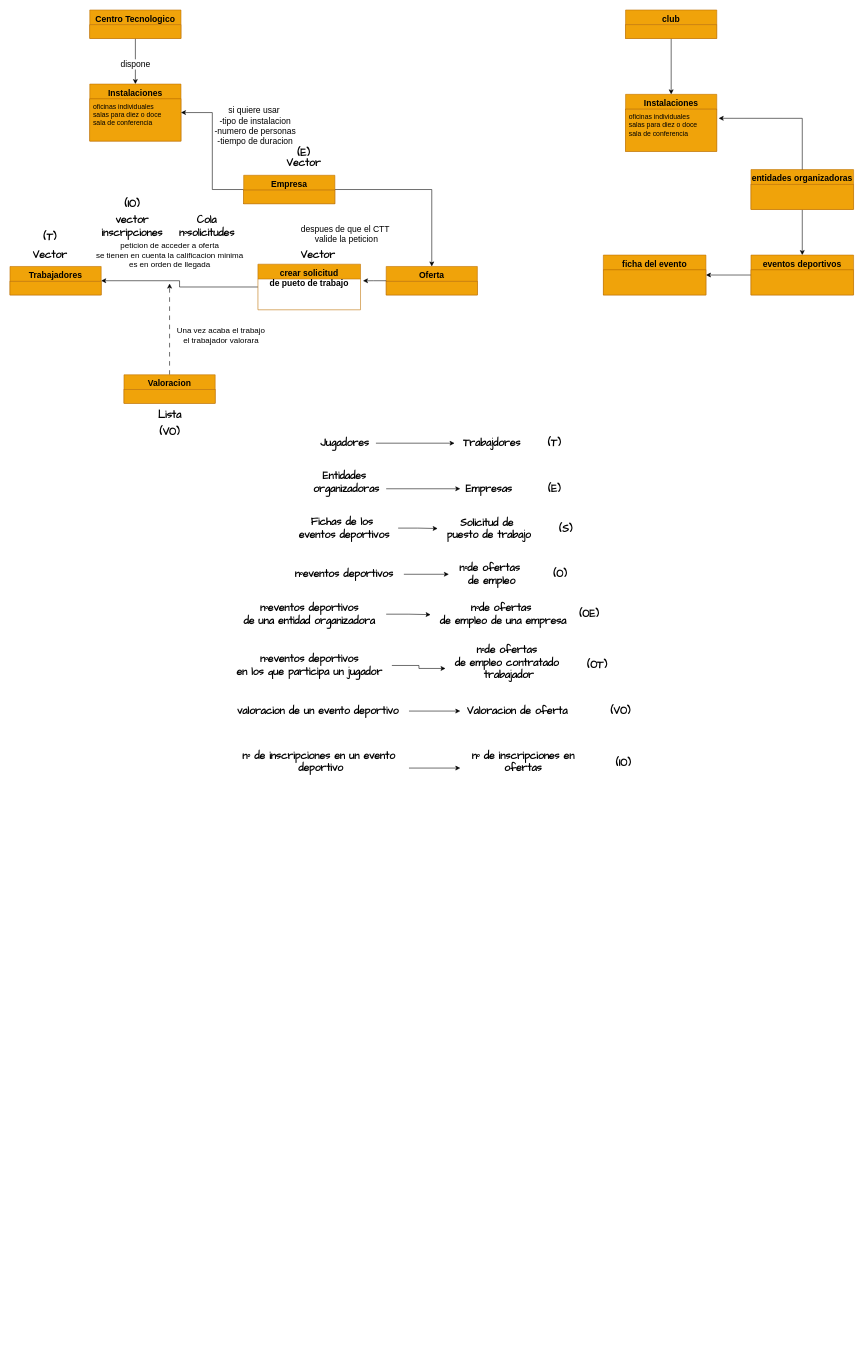
ryloq1/DBD keeps this draw.io diagram as EstructuraDatos.drawio. Above is the earlier version. Source tidied: cells renumbered, new cells numbered last; positions are measured from the earlier drawing's top-left corner, leaving out a move shared by most shapes. Both pictures are drawn from the tidied source at 57%, with x=0, y=0 at pixel (10, 10).
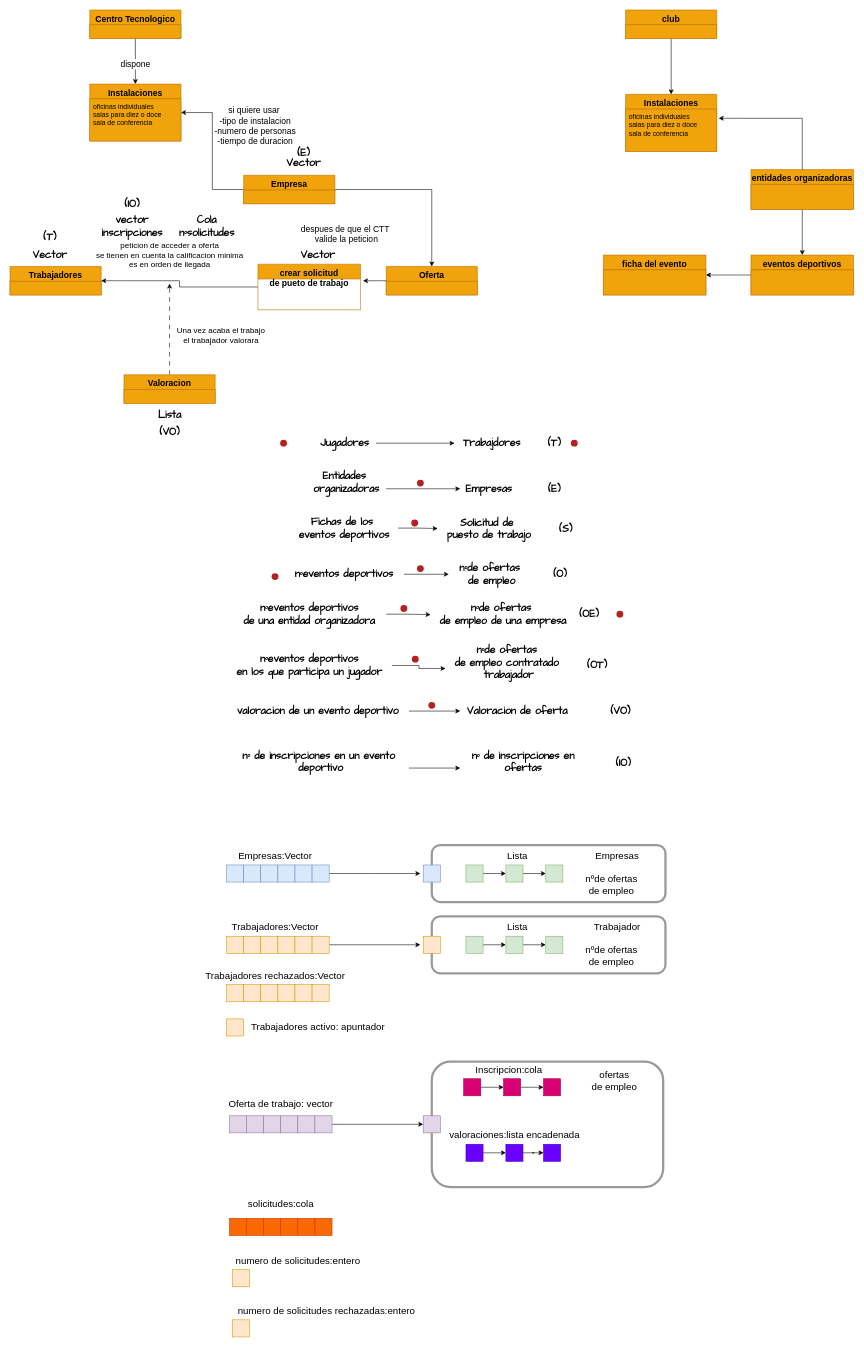
The same page after the edit.

What changed in the source:
```diff
@@
+    <mxCell id="82" style="shape=waypoint;sketch=0;size=6;fillColor=none;perimeter=centerPerimeter;fontSize=14;fontColor=#FFC43B;strokeWidth=4;strokeColor=#b52121;" parent="1" vertex="1">
+      <mxGeometry x="980" y="750" width="20" height="20" as="geometry" />
+    </mxCell>
+    <mxCell id="83" style="shape=waypoint;sketch=0;size=6;fillColor=none;perimeter=centerPerimeter;fontSize=14;fontColor=#FFC43B;strokeWidth=4;strokeColor=#b52121;" parent="1" vertex="1">
+      <mxGeometry x="470" y="750" width="20" height="20" as="geometry" />
+    </mxCell>
+    <mxCell id="84" style="shape=waypoint;sketch=0;size=6;fillColor=none;perimeter=centerPerimeter;fontSize=14;fontColor=#FFC43B;strokeWidth=4;strokeColor=#b52121;" parent="1" vertex="1">
+      <mxGeometry x="455" y="984" width="20" height="20" as="geometry" />
+    </mxCell>
+    <mxCell id="85" style="shape=waypoint;sketch=0;size=6;fillColor=none;perimeter=centerPerimeter;fontSize=14;fontColor=#FFC43B;strokeWidth=4;strokeColor=#b52121;" parent="1" vertex="1">
+      <mxGeometry x="1060" y="1050" width="20" height="20" as="geometry" />
+    </mxCell>
+    <mxCell id="86" style="shape=waypoint;sketch=0;size=6;fillColor=none;perimeter=centerPerimeter;fontSize=14;fontColor=#FFC43B;strokeWidth=4;strokeColor=#b52121;" parent="1" vertex="1">
+      <mxGeometry x="710" y="820" width="20" height="20" as="geometry" />
+    </mxCell>
+    <mxCell id="87" style="shape=waypoint;sketch=0;size=6;fillColor=none;perimeter=centerPerimeter;fontSize=14;fontColor=#FFC43B;strokeWidth=4;strokeColor=#b52121;" parent="1" vertex="1">
+      <mxGeometry x="700" y="890" width="20" height="20" as="geometry" />
+    </mxCell>
+    <mxCell id="88" style="shape=waypoint;sketch=0;size=6;fillColor=none;perimeter=centerPerimeter;fontSize=14;fontColor=#FFC43B;strokeWidth=4;strokeColor=#b52121;" parent="1" vertex="1">
+      <mxGeometry x="681" y="1040" width="20" height="20" as="geometry" />
+    </mxCell>
+    <mxCell id="89" style="shape=waypoint;sketch=0;size=6;fillColor=none;perimeter=centerPerimeter;fontSize=14;fontColor=#FFC43B;strokeWidth=4;strokeColor=#b52121;" parent="1" vertex="1">
+      <mxGeometry x="710" y="970" width="20" height="20" as="geometry" />
+    </mxCell>
+    <mxCell id="90" style="shape=waypoint;sketch=0;size=6;fillColor=none;perimeter=centerPerimeter;fontSize=14;fontColor=#FFC43B;strokeWidth=4;strokeColor=#b52121;" parent="1" vertex="1">
+      <mxGeometry x="701" y="1129" width="20" height="20" as="geometry" />
+    </mxCell>
+    <mxCell id="91" style="shape=waypoint;sketch=0;size=6;fillColor=none;perimeter=centerPerimeter;fontSize=14;fontColor=#FFC43B;strokeWidth=4;strokeColor=#b52121;" parent="1" vertex="1">
+      <mxGeometry x="730" y="1210" width="20" height="20" as="geometry" />
+    </mxCell>
+    <mxCell id="92" style="whiteSpace=wrap;html=1;fillColor=#dae8fc;strokeColor=#6c8ebf;" parent="1" vertex="1">
+      <mxGeometry x="380" y="1500" width="30" height="30" as="geometry" />
+    </mxCell>
+    <mxCell id="93" style="whiteSpace=wrap;html=1;fillColor=#dae8fc;strokeColor=#6c8ebf;" parent="1" vertex="1">
+      <mxGeometry x="410" y="1500" width="30" height="30" as="geometry" />
+    </mxCell>
+    <mxCell id="94" style="whiteSpace=wrap;html=1;fillColor=#dae8fc;strokeColor=#6c8ebf;" parent="1" vertex="1">
+      <mxGeometry x="440" y="1500" width="30" height="30" as="geometry" />
+    </mxCell>
+    <mxCell id="95" style="whiteSpace=wrap;html=1;fillColor=#dae8fc;strokeColor=#6c8ebf;" parent="1" vertex="1">
+      <mxGeometry x="470" y="1500" width="30" height="30" as="geometry" />
+    </mxCell>
+    <mxCell id="96" style="whiteSpace=wrap;html=1;fillColor=#dae8fc;strokeColor=#6c8ebf;" parent="1" vertex="1">
+      <mxGeometry x="500" y="1500" width="30" height="30" as="geometry" />
+    </mxCell>
+    <mxCell id="97" style="edgeStyle=orthogonalEdgeStyle;rounded=0;jettySize=auto;html=1;" parent="1" edge="1" source="98">
+      <mxGeometry relative="1" as="geometry">
+        <mxPoint x="720" y="1515" as="targetPoint" />
+      </mxGeometry>
+    </mxCell>
+    <mxCell id="98" style="whiteSpace=wrap;html=1;fillColor=#dae8fc;strokeColor=#6c8ebf;" parent="1" vertex="1">
+      <mxGeometry x="530" y="1500" width="30" height="30" as="geometry" />
+    </mxCell>
+    <mxCell id="99" value="&lt;font style=&quot;font-size: 17px;&quot;&gt;Empresas:Vector&lt;/font&gt;" style="text;html=1;align=center;verticalAlign=middle;strokeColor=none;fillColor=none;" parent="1" vertex="1">
+      <mxGeometry x="390" y="1470" width="150" height="30" as="geometry" />
+    </mxCell>
+    <mxCell id="100" style="whiteSpace=wrap;html=1;perimeterSpacing=1;strokeWidth=4;opacity=40;rounded=1;" parent="1" vertex="1">
+      <mxGeometry x="740" y="1465" width="410" height="100" as="geometry" />
+    </mxCell>
+    <mxCell id="101" style="whiteSpace=wrap;html=1;fillColor=#dae8fc;strokeColor=#6c8ebf;" parent="1" vertex="1">
+      <mxGeometry x="725" y="1500" width="30" height="30" as="geometry" />
+    </mxCell>
+    <mxCell id="102" style="edgeStyle=orthogonalEdgeStyle;rounded=0;jettySize=auto;html=1;entryX=0;entryY=0.5;entryDx=0;entryDy=0;" parent="1" edge="1" source="103" target="105">
+      <mxGeometry relative="1" as="geometry" />
+    </mxCell>
+    <mxCell id="103" style="whiteSpace=wrap;html=1;fillColor=#d5e8d4;strokeColor=#82b366;" parent="1" vertex="1">
+      <mxGeometry x="800" y="1500" width="30" height="30" as="geometry" />
+    </mxCell>
+    <mxCell id="104" style="edgeStyle=orthogonalEdgeStyle;rounded=0;jettySize=auto;html=1;" parent="1" edge="1" source="105" target="106">
+      <mxGeometry relative="1" as="geometry" />
+    </mxCell>
+    <mxCell id="105" style="whiteSpace=wrap;html=1;fillColor=#d5e8d4;strokeColor=#82b366;" parent="1" vertex="1">
+      <mxGeometry x="870" y="1500" width="30" height="30" as="geometry" />
+    </mxCell>
+    <mxCell id="106" style="whiteSpace=wrap;html=1;fillColor=#d5e8d4;strokeColor=#82b366;" parent="1" vertex="1">
+      <mxGeometry x="940" y="1500" width="30" height="30" as="geometry" />
+    </mxCell>
+    <mxCell id="107" value="&lt;font style=&quot;font-size: 17px;&quot;&gt;nºde ofertas&lt;br&gt;de empleo&lt;br&gt;&lt;/font&gt;" style="text;html=1;align=center;verticalAlign=middle;strokeColor=none;fillColor=none;" parent="1" vertex="1">
+      <mxGeometry x="1000" y="1510" width="110" height="50" as="geometry" />
+    </mxCell>
+    <mxCell id="108" value="&lt;font style=&quot;font-size: 17px;&quot;&gt;Empresas&lt;/font&gt;" style="text;html=1;align=center;verticalAlign=middle;strokeColor=none;fillColor=none;" parent="1" vertex="1">
+      <mxGeometry x="1015" y="1470" width="100" height="30" as="geometry" />
+    </mxCell>
+    <mxCell id="109" value="&lt;font style=&quot;font-size: 17px;&quot;&gt;Lista&lt;/font&gt;" style="text;html=1;align=center;verticalAlign=middle;strokeColor=none;fillColor=none;" parent="1" vertex="1">
+      <mxGeometry x="860" y="1470" width="60" height="30" as="geometry" />
+    </mxCell>
+    <mxCell id="110" style="whiteSpace=wrap;html=1;fillColor=#ffe6cc;strokeColor=#d79b00;" parent="1" vertex="1">
+      <mxGeometry x="380" y="1625" width="30" height="30" as="geometry" />
+    </mxCell>
+    <mxCell id="111" style="whiteSpace=wrap;html=1;fillColor=#ffe6cc;strokeColor=#d79b00;" parent="1" vertex="1">
+      <mxGeometry x="410" y="1625" width="30" height="30" as="geometry" />
+    </mxCell>
+    <mxCell id="112" style="whiteSpace=wrap;html=1;fillColor=#ffe6cc;strokeColor=#d79b00;" parent="1" vertex="1">
+      <mxGeometry x="440" y="1625" width="30" height="30" as="geometry" />
+    </mxCell>
+    <mxCell id="113" style="whiteSpace=wrap;html=1;fillColor=#ffe6cc;strokeColor=#d79b00;" parent="1" vertex="1">
+      <mxGeometry x="470" y="1625" width="30" height="30" as="geometry" />
+    </mxCell>
+    <mxCell id="114" style="whiteSpace=wrap;html=1;fillColor=#ffe6cc;strokeColor=#d79b00;" parent="1" vertex="1">
+      <mxGeometry x="500" y="1625" width="30" height="30" as="geometry" />
+    </mxCell>
+    <mxCell id="115" style="edgeStyle=orthogonalEdgeStyle;rounded=0;jettySize=auto;html=1;" parent="1" edge="1" source="116">
+      <mxGeometry relative="1" as="geometry">
+        <mxPoint x="720" y="1640" as="targetPoint" />
+      </mxGeometry>
+    </mxCell>
+    <mxCell id="116" style="whiteSpace=wrap;html=1;fillColor=#ffe6cc;strokeColor=#d79b00;" parent="1" vertex="1">
+      <mxGeometry x="530" y="1625" width="30" height="30" as="geometry" />
+    </mxCell>
+    <mxCell id="117" value="&lt;font style=&quot;font-size: 17px;&quot;&gt;Trabajadores:Vector&lt;/font&gt;" style="text;html=1;align=center;verticalAlign=middle;strokeColor=none;fillColor=none;" parent="1" vertex="1">
+      <mxGeometry x="375" y="1595" width="180" height="30" as="geometry" />
+    </mxCell>
+    <mxCell id="118" style="whiteSpace=wrap;html=1;perimeterSpacing=1;strokeWidth=4;opacity=40;rounded=1;" parent="1" vertex="1">
+      <mxGeometry x="740" y="1590" width="410" height="100" as="geometry" />
+    </mxCell>
+    <mxCell id="119" style="whiteSpace=wrap;html=1;fillColor=#ffe6cc;strokeColor=#d79b00;" parent="1" vertex="1">
+      <mxGeometry x="725" y="1625" width="30" height="30" as="geometry" />
+    </mxCell>
+    <mxCell id="120" style="edgeStyle=orthogonalEdgeStyle;rounded=0;jettySize=auto;html=1;entryX=0;entryY=0.5;entryDx=0;entryDy=0;" parent="1" edge="1" source="121" target="123">
+      <mxGeometry relative="1" as="geometry" />
+    </mxCell>
+    <mxCell id="121" style="whiteSpace=wrap;html=1;fillColor=#d5e8d4;strokeColor=#82b366;" parent="1" vertex="1">
+      <mxGeometry x="800" y="1625" width="30" height="30" as="geometry" />
+    </mxCell>
+    <mxCell id="122" style="edgeStyle=orthogonalEdgeStyle;rounded=0;jettySize=auto;html=1;" parent="1" edge="1" source="123" target="124">
+      <mxGeometry relative="1" as="geometry" />
+    </mxCell>
+    <mxCell id="123" style="whiteSpace=wrap;html=1;fillColor=#d5e8d4;strokeColor=#82b366;" parent="1" vertex="1">
+      <mxGeometry x="870" y="1625" width="30" height="30" as="geometry" />
+    </mxCell>
+    <mxCell id="124" style="whiteSpace=wrap;html=1;fillColor=#d5e8d4;strokeColor=#82b366;" parent="1" vertex="1">
+      <mxGeometry x="940" y="1625" width="30" height="30" as="geometry" />
+    </mxCell>
+    <mxCell id="125" value="&lt;font style=&quot;font-size: 17px;&quot;&gt;nºde ofertas&lt;br&gt;de empleo&lt;br&gt;&lt;/font&gt;" style="text;html=1;align=center;verticalAlign=middle;strokeColor=none;fillColor=none;" parent="1" vertex="1">
+      <mxGeometry x="1000" y="1635" width="110" height="50" as="geometry" />
+    </mxCell>
+    <mxCell id="126" value="&lt;font style=&quot;font-size: 17px;&quot;&gt;Trabajador&lt;/font&gt;" style="text;html=1;align=center;verticalAlign=middle;strokeColor=none;fillColor=none;" parent="1" vertex="1">
+      <mxGeometry x="1010" y="1595" width="110" height="30" as="geometry" />
+    </mxCell>
+    <mxCell id="127" value="&lt;font style=&quot;font-size: 17px;&quot;&gt;Lista&lt;/font&gt;" style="text;html=1;align=center;verticalAlign=middle;strokeColor=none;fillColor=none;" parent="1" vertex="1">
+      <mxGeometry x="860" y="1595" width="60" height="30" as="geometry" />
+    </mxCell>
+    <mxCell id="128" style="whiteSpace=wrap;html=1;fillColor=#ffe6cc;strokeColor=#d79b00;" parent="1" vertex="1">
+      <mxGeometry x="380" y="1770" width="30" height="30" as="geometry" />
+    </mxCell>
+    <mxCell id="129" value="&lt;font style=&quot;font-size: 17px;&quot;&gt;Trabajadores activo: apuntador&lt;/font&gt;" style="text;html=1;align=center;verticalAlign=middle;strokeColor=none;fillColor=none;" parent="1" vertex="1">
+      <mxGeometry x="410" y="1770" width="260" height="30" as="geometry" />
+    </mxCell>
+    <mxCell id="130" style="whiteSpace=wrap;html=1;fillColor=#e1d5e7;strokeColor=#9673a6;" parent="1" vertex="1">
+      <mxGeometry x="385" y="1940" width="30" height="30" as="geometry" />
+    </mxCell>
+    <mxCell id="131" style="whiteSpace=wrap;html=1;fillColor=#e1d5e7;strokeColor=#9673a6;" parent="1" vertex="1">
+      <mxGeometry x="415" y="1940" width="30" height="30" as="geometry" />
+    </mxCell>
+    <mxCell id="132" style="whiteSpace=wrap;html=1;fillColor=#e1d5e7;strokeColor=#9673a6;" parent="1" vertex="1">
+      <mxGeometry x="445" y="1940" width="30" height="30" as="geometry" />
+    </mxCell>
+    <mxCell id="133" style="whiteSpace=wrap;html=1;fillColor=#e1d5e7;strokeColor=#9673a6;" parent="1" vertex="1">
+      <mxGeometry x="475" y="1940" width="30" height="30" as="geometry" />
+    </mxCell>
+    <mxCell id="134" style="whiteSpace=wrap;html=1;fillColor=#e1d5e7;strokeColor=#9673a6;" parent="1" vertex="1">
+      <mxGeometry x="505" y="1940" width="30" height="30" as="geometry" />
+    </mxCell>
+    <mxCell id="135" style="edgeStyle=orthogonalEdgeStyle;rounded=0;jettySize=auto;html=1;" parent="1" edge="1" source="136" target="146">
+      <mxGeometry relative="1" as="geometry" />
+    </mxCell>
+    <mxCell id="136" style="whiteSpace=wrap;html=1;fillColor=#e1d5e7;strokeColor=#9673a6;" parent="1" vertex="1">
+      <mxGeometry x="535" y="1940" width="30" height="30" as="geometry" />
+    </mxCell>
+    <mxCell id="137" value="&lt;font style=&quot;font-size: 17px;&quot;&gt;Oferta de trabajo: vector&lt;/font&gt;" style="text;html=1;align=center;verticalAlign=middle;strokeColor=none;fillColor=none;" parent="1" vertex="1">
+      <mxGeometry x="370" y="1905" width="210" height="30" as="geometry" />
+    </mxCell>
+    <mxCell id="138" style="whiteSpace=wrap;html=1;perimeterSpacing=1;strokeWidth=4;opacity=40;rounded=1;" parent="1" vertex="1">
+      <mxGeometry x="740" y="1845" width="406" height="220" as="geometry" />
+    </mxCell>
+    <mxCell id="139" style="edgeStyle=orthogonalEdgeStyle;rounded=0;jettySize=auto;html=1;entryX=0;entryY=0.5;entryDx=0;entryDy=0;" parent="1" edge="1" source="140" target="142">
+      <mxGeometry relative="1" as="geometry" />
+    </mxCell>
+    <mxCell id="140" style="whiteSpace=wrap;html=1;fillColor=#d80073;strokeColor=#A50040;fontColor=#ffffff;" parent="1" vertex="1">
+      <mxGeometry x="796" y="1875" width="30" height="30" as="geometry" />
+    </mxCell>
+    <mxCell id="141" style="edgeStyle=orthogonalEdgeStyle;rounded=0;jettySize=auto;html=1;" parent="1" edge="1" source="142" target="143">
+      <mxGeometry relative="1" as="geometry" />
+    </mxCell>
+    <mxCell id="142" style="whiteSpace=wrap;html=1;fillColor=#d80073;strokeColor=#A50040;fontColor=#ffffff;" parent="1" vertex="1">
+      <mxGeometry x="866" y="1875" width="30" height="30" as="geometry" />
+    </mxCell>
+    <mxCell id="143" style="whiteSpace=wrap;html=1;fillColor=#d80073;strokeColor=#A50040;fontColor=#ffffff;" parent="1" vertex="1">
+      <mxGeometry x="936" y="1875" width="30" height="30" as="geometry" />
+    </mxCell>
+    <mxCell id="144" value="&lt;font style=&quot;font-size: 17px;&quot;&gt;ofertas&lt;br&gt;de empleo&lt;br&gt;&lt;/font&gt;" style="text;html=1;align=center;verticalAlign=middle;strokeColor=none;fillColor=none;" parent="1" vertex="1">
+      <mxGeometry x="1010" y="1855" width="100" height="50" as="geometry" />
+    </mxCell>
+    <mxCell id="145" value="&lt;font style=&quot;font-size: 17px;&quot;&gt;Inscripcion:cola&lt;/font&gt;" style="text;html=1;align=center;verticalAlign=middle;strokeColor=none;fillColor=none;" parent="1" vertex="1">
+      <mxGeometry x="805" y="1845" width="140" height="30" as="geometry" />
+    </mxCell>
+    <mxCell id="146" style="whiteSpace=wrap;html=1;fillColor=#e1d5e7;strokeColor=#9673a6;" parent="1" vertex="1">
+      <mxGeometry x="725" y="1940" width="30" height="30" as="geometry" />
+    </mxCell>
+    <mxCell id="147" style="edgeStyle=orthogonalEdgeStyle;rounded=0;jettySize=auto;html=1;" parent="1" edge="1" source="148" target="151">
+      <mxGeometry relative="1" as="geometry" />
+    </mxCell>
+    <mxCell id="148" style="whiteSpace=wrap;html=1;fillColor=#6a00ff;strokeColor=#3700CC;fontColor=#ffffff;" parent="1" vertex="1">
+      <mxGeometry x="800" y="1990" width="30" height="30" as="geometry" />
+    </mxCell>
+    <mxCell id="149" style="whiteSpace=wrap;html=1;fillColor=#6a00ff;strokeColor=#3700CC;fontColor=#ffffff;" parent="1" vertex="1">
+      <mxGeometry x="936" y="1990" width="30" height="30" as="geometry" />
+    </mxCell>
+    <mxCell id="150" style="edgeStyle=orthogonalEdgeStyle;rounded=0;jettySize=auto;html=1;" parent="1" edge="1" source="151" target="149">
+      <mxGeometry relative="1" as="geometry" />
+    </mxCell>
+    <mxCell id="151" style="whiteSpace=wrap;html=1;fillColor=#6a00ff;strokeColor=#3700CC;fontColor=#ffffff;" parent="1" vertex="1">
+      <mxGeometry x="870" y="1990" width="30" height="30" as="geometry" />
+    </mxCell>
+    <mxCell id="152" value="&lt;font style=&quot;font-size: 17px;&quot;&gt;valoraciones:lista encadenada&lt;/font&gt;" style="text;html=1;align=center;verticalAlign=middle;strokeColor=none;fillColor=none;" parent="1" vertex="1">
+      <mxGeometry x="760" y="1960" width="250" height="30" as="geometry" />
+    </mxCell>
+    <mxCell id="153" style="whiteSpace=wrap;html=1;fillColor=#fa6800;strokeColor=#C73500;fontColor=#000000;" parent="1" vertex="1">
+      <mxGeometry x="385" y="2120" width="30" height="30" as="geometry" />
+    </mxCell>
+    <mxCell id="154" style="whiteSpace=wrap;html=1;fillColor=#fa6800;strokeColor=#C73500;fontColor=#000000;" parent="1" vertex="1">
+      <mxGeometry x="415" y="2120" width="30" height="30" as="geometry" />
+    </mxCell>
+    <mxCell id="155" style="whiteSpace=wrap;html=1;fillColor=#fa6800;strokeColor=#C73500;fontColor=#000000;" parent="1" vertex="1">
+      <mxGeometry x="445" y="2120" width="30" height="30" as="geometry" />
+    </mxCell>
+    <mxCell id="156" style="whiteSpace=wrap;html=1;fillColor=#fa6800;strokeColor=#C73500;fontColor=#000000;" parent="1" vertex="1">
+      <mxGeometry x="475" y="2120" width="30" height="30" as="geometry" />
+    </mxCell>
+    <mxCell id="157" style="whiteSpace=wrap;html=1;fillColor=#fa6800;strokeColor=#C73500;fontColor=#000000;" parent="1" vertex="1">
+      <mxGeometry x="505" y="2120" width="30" height="30" as="geometry" />
+    </mxCell>
+    <mxCell id="158" style="whiteSpace=wrap;html=1;fillColor=#fa6800;strokeColor=#C73500;fontColor=#000000;" parent="1" vertex="1">
+      <mxGeometry x="535" y="2120" width="30" height="30" as="geometry" />
+    </mxCell>
+    <mxCell id="159" value="&lt;font style=&quot;font-size: 17px;&quot;&gt;solicitudes:cola&lt;/font&gt;" style="text;html=1;align=center;verticalAlign=middle;strokeColor=none;fillColor=none;" parent="1" vertex="1">
+      <mxGeometry x="405" y="2080" width="140" height="30" as="geometry" />
+    </mxCell>
+    <mxCell id="160" value="&lt;font style=&quot;font-size: 17px;&quot;&gt;numero de solicitudes:entero&lt;br&gt;&lt;/font&gt;" style="text;html=1;align=center;verticalAlign=middle;strokeColor=none;fillColor=none;" parent="1" vertex="1">
+      <mxGeometry x="385" y="2180" width="240" height="30" as="geometry" />
+    </mxCell>
+    <mxCell id="161" style="whiteSpace=wrap;html=1;fillColor=#ffe6cc;strokeColor=#d79b00;" parent="1" vertex="1">
+      <mxGeometry x="380" y="1710" width="30" height="30" as="geometry" />
+    </mxCell>
+    <mxCell id="162" style="whiteSpace=wrap;html=1;fillColor=#ffe6cc;strokeColor=#d79b00;" parent="1" vertex="1">
+      <mxGeometry x="410" y="1710" width="30" height="30" as="geometry" />
+    </mxCell>
+    <mxCell id="163" style="whiteSpace=wrap;html=1;fillColor=#ffe6cc;strokeColor=#d79b00;" parent="1" vertex="1">
+      <mxGeometry x="440" y="1710" width="30" height="30" as="geometry" />
+    </mxCell>
+    <mxCell id="164" style="whiteSpace=wrap;html=1;fillColor=#ffe6cc;strokeColor=#d79b00;" parent="1" vertex="1">
+      <mxGeometry x="470" y="1710" width="30" height="30" as="geometry" />
+    </mxCell>
+    <mxCell id="165" style="whiteSpace=wrap;html=1;fillColor=#ffe6cc;strokeColor=#d79b00;" parent="1" vertex="1">
+      <mxGeometry x="500" y="1710" width="30" height="30" as="geometry" />
+    </mxCell>
+    <mxCell id="166" style="whiteSpace=wrap;html=1;fillColor=#ffe6cc;strokeColor=#d79b00;" parent="1" vertex="1">
+      <mxGeometry x="530" y="1710" width="30" height="30" as="geometry" />
+    </mxCell>
+    <mxCell id="167" value="&lt;font style=&quot;font-size: 17px;&quot;&gt;Trabajadores rechazados:Vector&lt;/font&gt;" style="text;html=1;align=center;verticalAlign=middle;strokeColor=none;fillColor=none;" parent="1" vertex="1">
+      <mxGeometry x="330" y="1680" width="270" height="30" as="geometry" />
+    </mxCell>
+    <mxCell id="168" style="whiteSpace=wrap;html=1;fillColor=#ffe6cc;strokeColor=#d79b00;" parent="1" vertex="1">
+      <mxGeometry x="390" y="2210" width="30" height="30" as="geometry" />
+    </mxCell>
+    <mxCell id="169" style="whiteSpace=wrap;html=1;fillColor=#ffe6cc;strokeColor=#d79b00;" parent="1" vertex="1">
+      <mxGeometry x="390" y="2298" width="30" height="30" as="geometry" />
+    </mxCell>
+    <mxCell id="170" value="&lt;font style=&quot;font-size: 17px;&quot;&gt;numero de solicitudes rechazadas:entero&lt;br&gt;&lt;/font&gt;" style="text;html=1;align=center;verticalAlign=middle;strokeColor=none;fillColor=none;" parent="1" vertex="1">
+      <mxGeometry x="390" y="2268" width="330" height="30" as="geometry" />
+    </mxCell>
```
